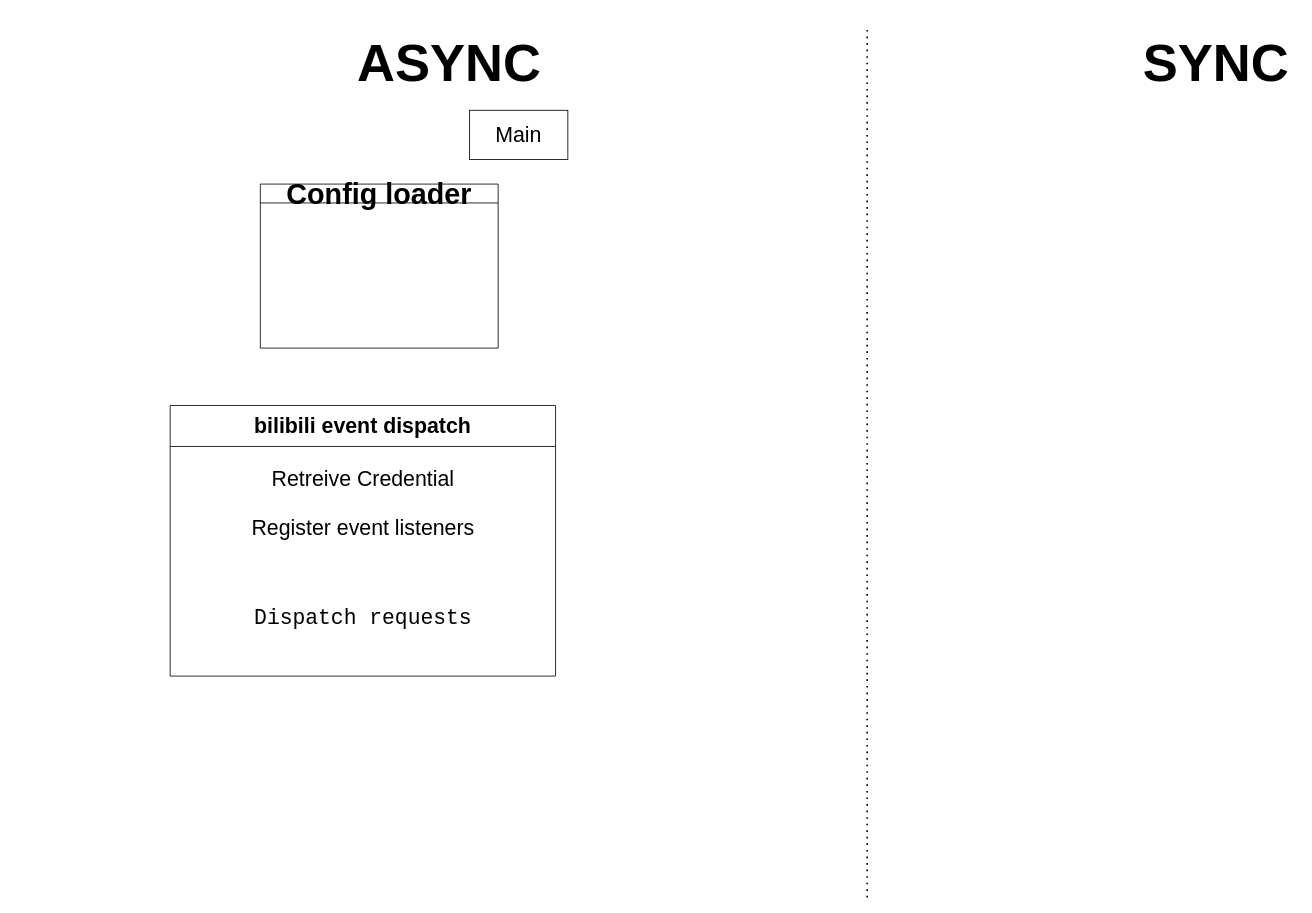
TZFC/VRCOSC-Bilibili keeps this draw.io diagram as high level design.drawio. Above is the earlier version. Source tidied: cells renumbered, new cells numbered last; positions are measured from the earlier drawing's top-left corner, leaving out a move shared by most shapes. Both pictures are drawn from the tidied source at 82%, with x=0, y=0 at pixel (170, 14).
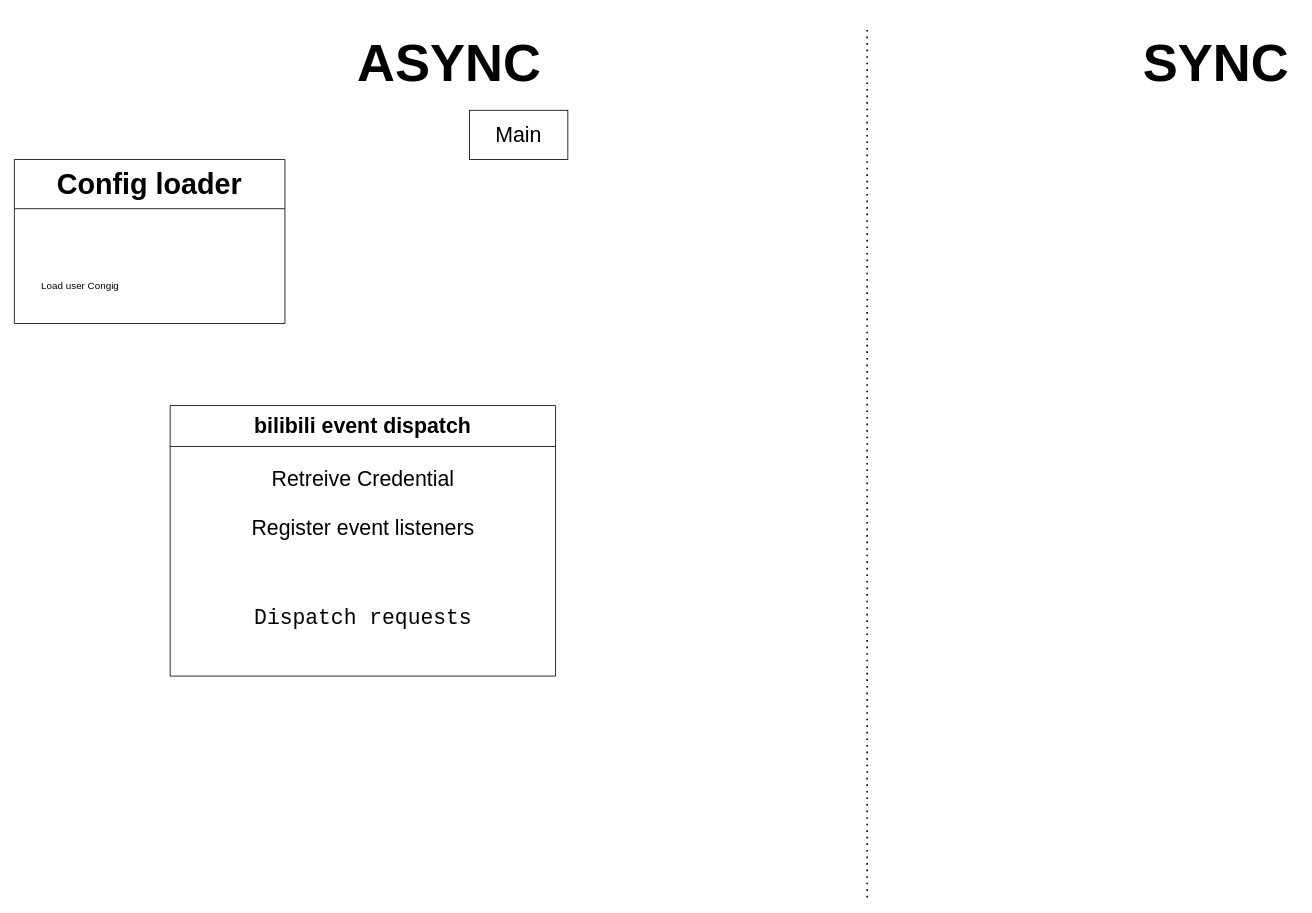
Above is the later version.

Commit message (it also covers changes not shown here):
async consumer loop modernize

Diff of the diagram source:
```diff
@@
 <mxGraphModel>
   <root>
     <mxCell id="0" />
     <mxCell id="1" parent="0" />
     <mxCell id="2" value="bilibili event dispatch" style="swimlane;whiteSpace=wrap;html=1;startSize=50;spacing=2;fontSize=26;" parent="1" vertex="1">
       <mxGeometry y="477" width="470" height="330" as="geometry" />
     </mxCell>
     <mxCell id="3" value="Retreive Credential" style="text;html=1;align=center;verticalAlign=middle;strokeColor=none;fillColor=none;spacing=2;fontSize=26;" parent="2" vertex="1">
       <mxGeometry x="110" y="70" width="250" height="40" as="geometry" />
     </mxCell>
     <mxCell id="4" value="Register event listeners" style="text;html=1;align=center;verticalAlign=middle;strokeColor=none;fillColor=none;spacing=2;fontSize=26;" parent="2" vertex="1">
       <mxGeometry x="85" y="130" width="300" height="40" as="geometry" />
     </mxCell>
     <mxCell id="5" value="&lt;pre style=&quot;font-size: 26px;&quot;&gt;Dispatch requests&lt;/pre&gt;" style="text;html=1;align=center;verticalAlign=middle;strokeColor=none;fillColor=none;spacing=2;fontSize=26;" parent="2" vertex="1">
       <mxGeometry x="100" y="210" width="270" height="100" as="geometry" />
     </mxCell>
     <mxCell id="6" value="Main" style="whiteSpace=wrap;html=1;spacing=2;fontSize=26;" parent="1" vertex="1">
       <mxGeometry x="365" y="117" width="120" height="60" as="geometry" />
     </mxCell>
     <mxCell id="7" style="endArrow=none;dashed=1;html=1;dashPattern=1 3;strokeWidth=2;rounded=0;" parent="1" edge="1">
       <mxGeometry relative="1" as="geometry">
         <mxPoint x="850" y="1077" as="sourcePoint" />
         <mxPoint x="850" y="17" as="targetPoint" />
       </mxGeometry>
     </mxCell>
     <mxCell id="8" value="&lt;h1&gt;&lt;font style=&quot;font-size: 64px;&quot;&gt;ASYNC&lt;/font&gt;&lt;/h1&gt;" style="text;html=1;align=center;verticalAlign=middle;strokeColor=none;fillColor=none;" parent="1" vertex="1">
       <mxGeometry x="215" width="250" height="120" as="geometry" />
     </mxCell>
     <mxCell id="9" value="&lt;h1&gt;&lt;font style=&quot;font-size: 64px;&quot;&gt;SYNC&lt;/font&gt;&lt;/h1&gt;" style="text;html=1;align=center;verticalAlign=middle;strokeColor=none;fillColor=none;" parent="1" vertex="1">
       <mxGeometry x="1175" width="200" height="120" as="geometry" />
     </mxCell>
-    <mxCell id="10" value="&lt;font style=&quot;font-size: 35px;&quot;&gt;Config loader&lt;/font&gt;" style="swimlane;whiteSpace=wrap;html=1;" parent="1" vertex="1">
-      <mxGeometry x="110" y="207" width="290" height="200" as="geometry" />
+    <mxCell id="10" value="&lt;font style=&quot;font-size: 35px;&quot;&gt;Config loader&lt;/font&gt;" style="swimlane;whiteSpace=wrap;html=1;startSize=60;" parent="1" vertex="1">
+      <mxGeometry x="-190" y="177" width="330" height="200" as="geometry" />
     </mxCell>
+    <mxCell id="11" value="Load user Congig" style="text;html=1;align=center;verticalAlign=middle;strokeColor=none;fillColor=none;" parent="10" vertex="1">
+      <mxGeometry x="20" y="140" width="120" height="30" as="geometry" />
+    </mxCell>
   </root>
 </mxGraphModel>
```
